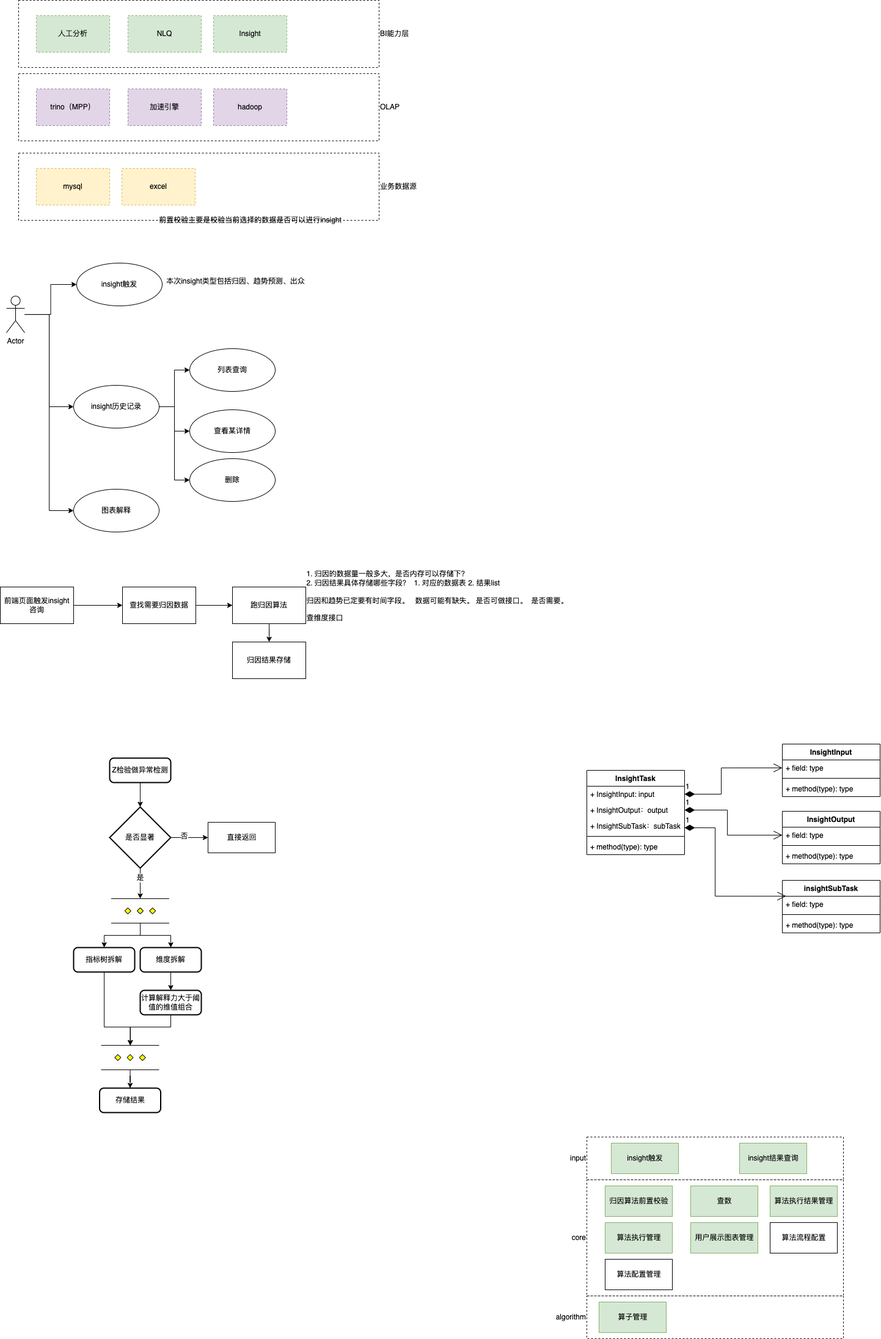
Above: insight架构图.drawio.png in larrydrh/diagram (draw.io), before the change. Source tidied: cells renumbered, new cells last; positions are measured from the earlier drawing's top-left corner, leaving out a move shared by most shapes.
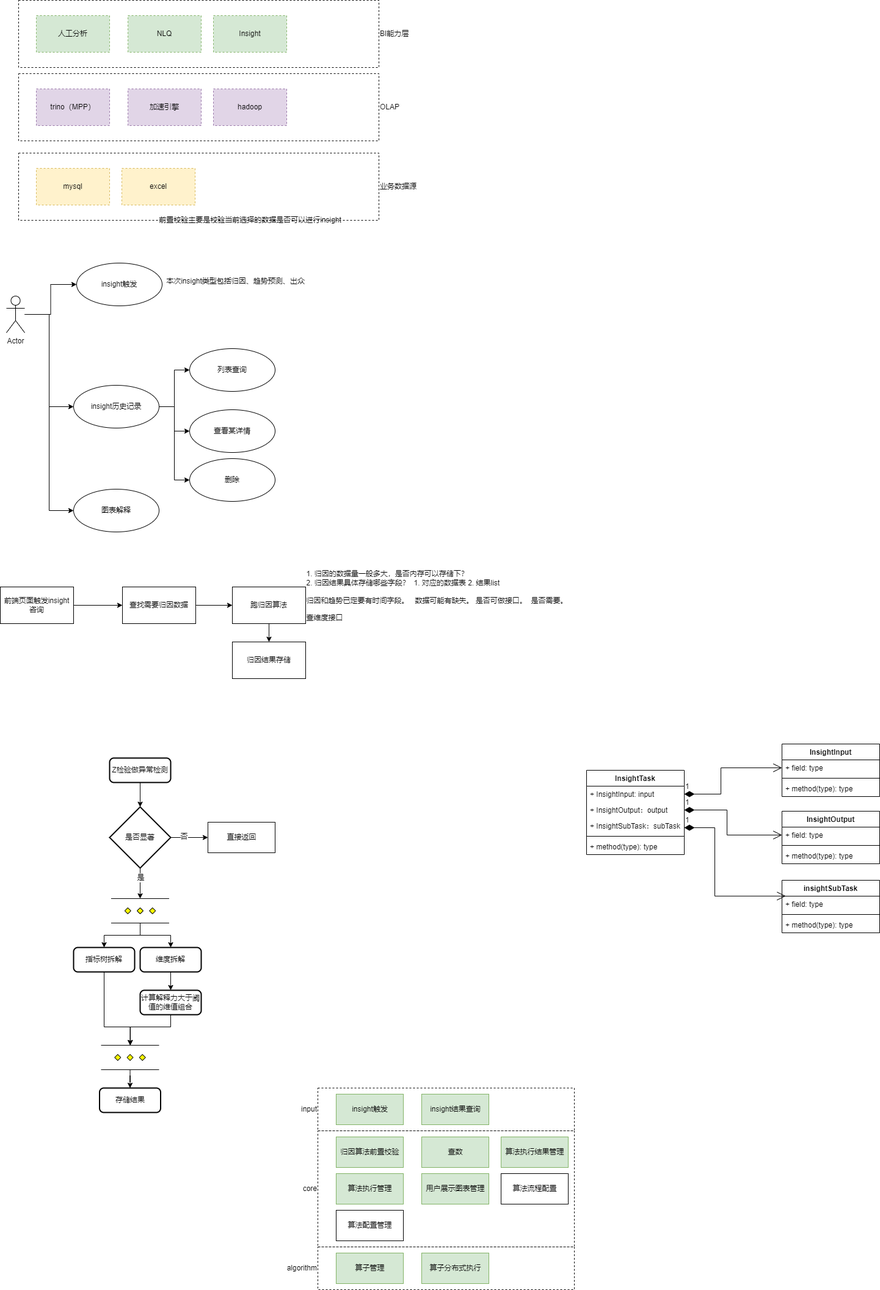
After the commit.

The edit, as a diff of the source:
```diff
@@ -3,13 +3,13 @@
     <mxCell id="0" />
     <mxCell id="1" parent="0" />
     <mxCell id="2" value="algorithm" style="html=1;fillColor=none;dashed=1;labelPosition=left;verticalLabelPosition=middle;align=right;verticalAlign=middle;" parent="1" vertex="1">
-      <mxGeometry x="960" y="2120" width="420" height="70" as="geometry" />
+      <mxGeometry x="520" y="2040" width="420" height="70" as="geometry" />
     </mxCell>
     <mxCell id="3" value="input" style="html=1;fillColor=none;dashed=1;labelPosition=left;verticalLabelPosition=middle;align=right;verticalAlign=middle;" parent="1" vertex="1">
-      <mxGeometry x="960" y="1860" width="420" height="70" as="geometry" />
+      <mxGeometry x="520" y="1780" width="420" height="70" as="geometry" />
     </mxCell>
     <mxCell id="4" value="core" style="html=1;fillColor=none;dashed=1;labelPosition=left;verticalLabelPosition=middle;align=right;verticalAlign=middle;" parent="1" vertex="1">
-      <mxGeometry x="960" y="1930" width="420" height="190" as="geometry" />
+      <mxGeometry x="520" y="1850" width="420" height="190" as="geometry" />
     </mxCell>
     <mxCell id="5" value="BI能力层" style="rounded=0;whiteSpace=wrap;html=1;fillColor=none;dashed=1;labelPosition=right;verticalLabelPosition=middle;align=left;verticalAlign=middle;" parent="1" vertex="1">
       <mxGeometry x="30" width="590" height="110" as="geometry" />
@@ -216,31 +216,31 @@
       <mxGeometry y="112" width="160" height="26" as="geometry" />
     </mxCell>
     <mxCell id="69" value="insight触发" style="html=1;fillColor=#d5e8d4;strokeColor=#82b366;" parent="1" vertex="1">
-      <mxGeometry x="1000" y="1870" width="110" height="50" as="geometry" />
+      <mxGeometry x="550" y="1790" width="110" height="50" as="geometry" />
     </mxCell>
     <mxCell id="70" value="insight结果查询" style="html=1;fillColor=#d5e8d4;strokeColor=#82b366;" parent="1" vertex="1">
-      <mxGeometry x="1210" y="1870" width="110" height="50" as="geometry" />
+      <mxGeometry x="690" y="1790" width="110" height="50" as="geometry" />
     </mxCell>
     <mxCell id="71" value="查数" style="html=1;fillColor=#d5e8d4;strokeColor=#82b366;" parent="1" vertex="1">
-      <mxGeometry x="1130" y="1940" width="110" height="50" as="geometry" />
+      <mxGeometry x="690" y="1860" width="110" height="50" as="geometry" />
     </mxCell>
     <mxCell id="72" value="算法配置管理" style="html=1;" parent="1" vertex="1">
-      <mxGeometry x="990" y="2060" width="110" height="50" as="geometry" />
+      <mxGeometry x="550" y="1980" width="110" height="50" as="geometry" />
     </mxCell>
     <mxCell id="73" value="算法流程配置" style="html=1;" parent="1" vertex="1">
-      <mxGeometry x="1260" y="2000" width="110" height="50" as="geometry" />
+      <mxGeometry x="820" y="1920" width="110" height="50" as="geometry" />
     </mxCell>
     <mxCell id="74" value="算法执行管理" style="html=1;fillColor=#d5e8d4;strokeColor=#82b366;" parent="1" vertex="1">
-      <mxGeometry x="990" y="2000" width="110" height="50" as="geometry" />
+      <mxGeometry x="550" y="1920" width="110" height="50" as="geometry" />
     </mxCell>
     <mxCell id="75" value="算子管理" style="html=1;fillColor=#d5e8d4;strokeColor=#82b366;" parent="1" vertex="1">
-      <mxGeometry x="980" y="2130" width="110" height="50" as="geometry" />
+      <mxGeometry x="550" y="2050" width="110" height="50" as="geometry" />
     </mxCell>
     <mxCell id="76" value="算法执行结果管理" style="html=1;fillColor=#d5e8d4;strokeColor=#82b366;" parent="1" vertex="1">
-      <mxGeometry x="1260" y="1940" width="110" height="50" as="geometry" />
+      <mxGeometry x="820" y="1860" width="110" height="50" as="geometry" />
     </mxCell>
     <mxCell id="77" value="用户展示图表管理" style="html=1;fillColor=#d5e8d4;strokeColor=#82b366;" parent="1" vertex="1">
-      <mxGeometry x="1130" y="2000" width="110" height="50" as="geometry" />
+      <mxGeometry x="690" y="1920" width="110" height="50" as="geometry" />
     </mxCell>
     <mxCell id="78" value="InsightInput" style="swimlane;fontStyle=1;align=center;verticalAlign=top;horizontal=1;startSize=26;" parent="1" vertex="1">
       <mxGeometry x="1280" y="1217" width="160" height="86" as="geometry" />
@@ -292,7 +292,10 @@
       </mxGeometry>
     </mxCell>
     <mxCell id="89" value="归因算法前置校验" style="html=1;fillColor=#d5e8d4;strokeColor=#82b366;" parent="1" vertex="1">
-      <mxGeometry x="990" y="1940" width="110" height="50" as="geometry" />
+      <mxGeometry x="550" y="1860" width="110" height="50" as="geometry" />
     </mxCell>
+    <mxCell id="90" value="算子分布式执行" style="html=1;fillColor=#d5e8d4;strokeColor=#82b366;" parent="1" vertex="1">
+      <mxGeometry x="690" y="2050" width="110" height="50" as="geometry" />
+    </mxCell>
   </root>
 </mxGraphModel>
```
